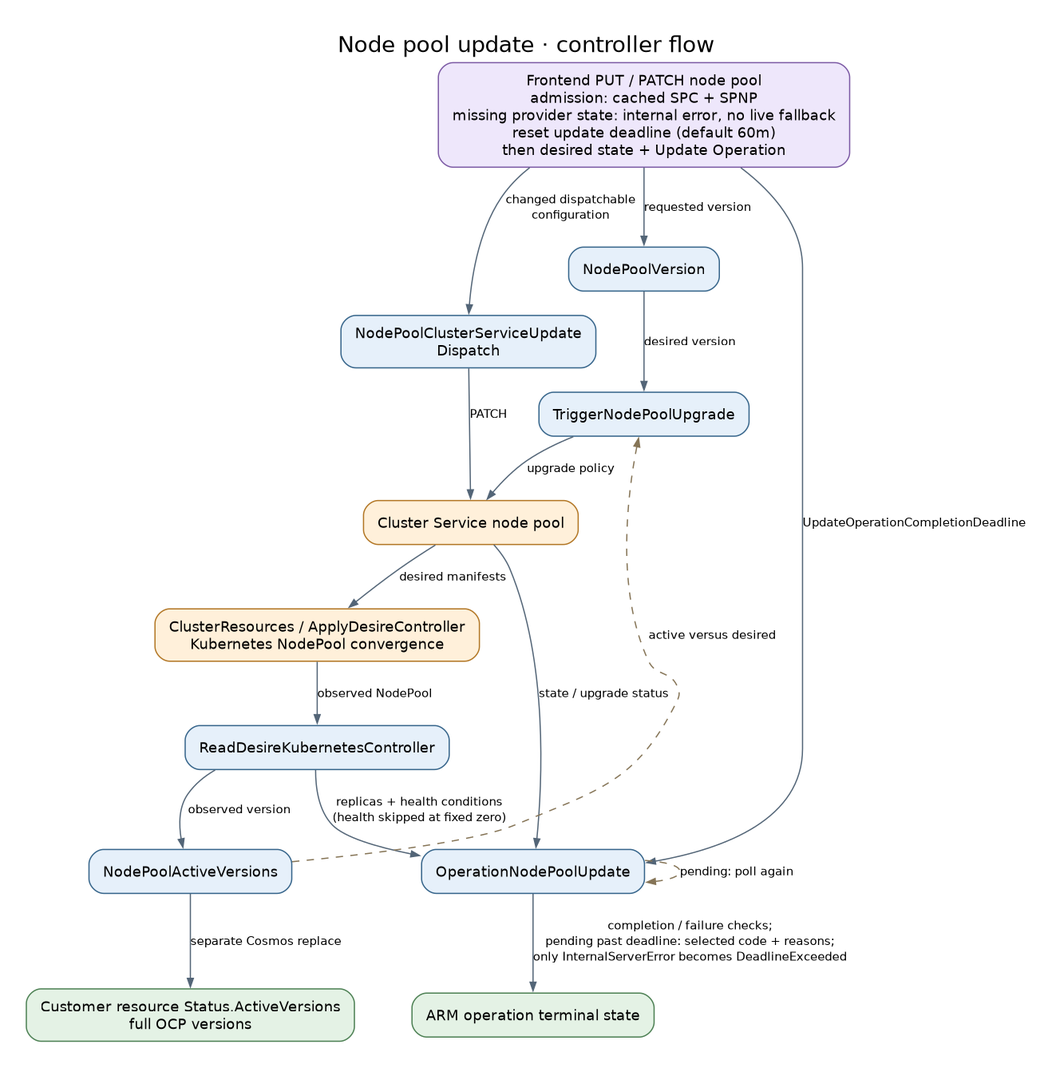
This is docs/diagrams/controller-flows/nodepool-update.png from Azure/ARO-HCP, a Graphviz export, as it was before one commit. Its source is kept beside it as docs/diagrams/controller-flows/nodepool-update.dot.
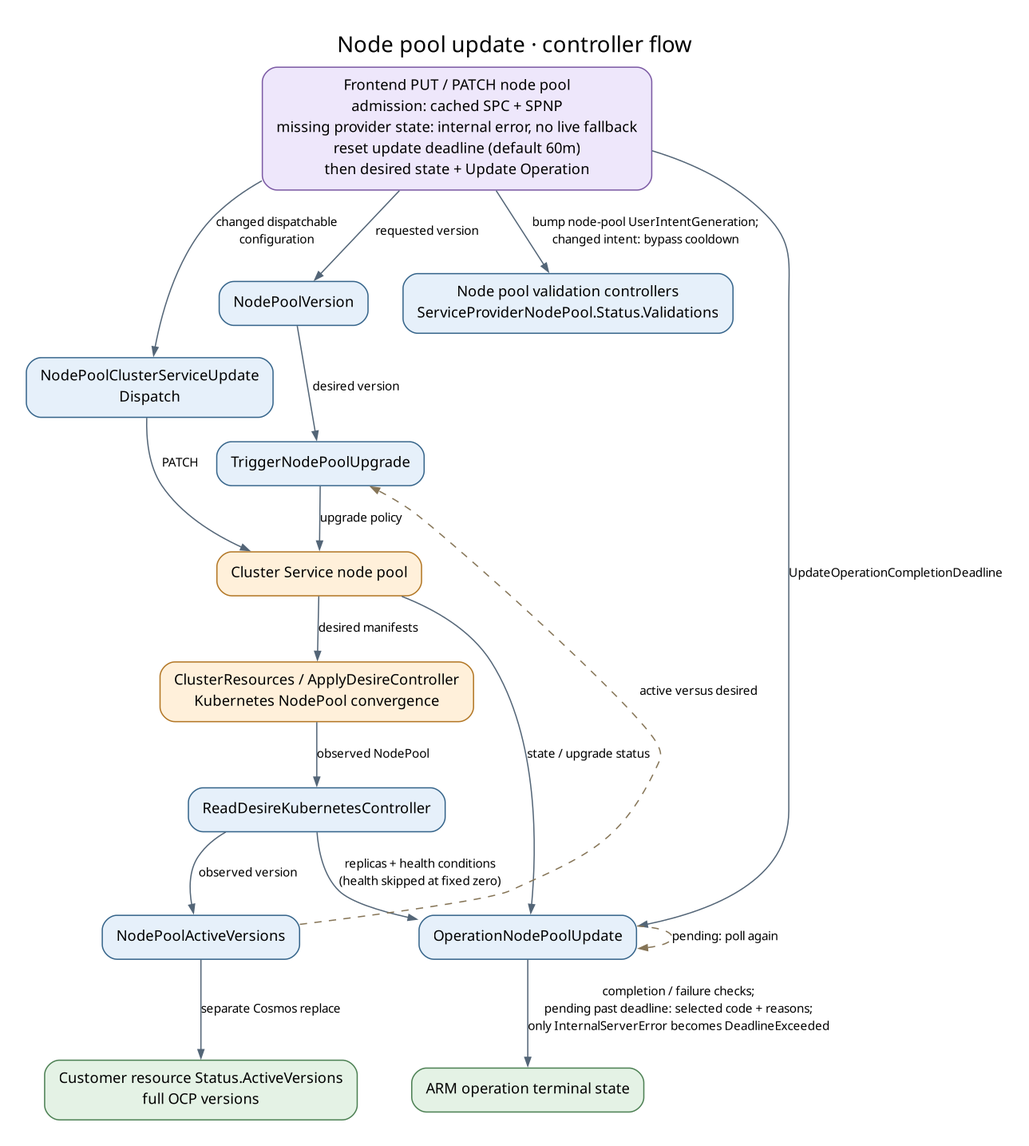
Above is the later version.

Change to the diagram source:
```diff
@@ -10,10 +10,12 @@
   kube [label="ClusterResources / ApplyDesireController\nKubernetes NodePool convergence", fillcolor="#fff0da", color="#b27624"];
   mirror [label="ReadDesireKubernetesController", fillcolor="#e6f0fa", color="#35648a"];
   active [label="NodePoolActiveVersions", fillcolor="#e6f0fa", color="#35648a"];
+  validation [label="Node pool validation controllers\nServiceProviderNodePool.Status.Validations", fillcolor="#e6f0fa", color="#35648a"];
   op [label="OperationNodePoolUpdate", fillcolor="#e6f0fa", color="#35648a"];
   done [label="ARM operation terminal state", fillcolor="#e4f2e5", color="#4c8053"];
   api -> dispatch [label="changed dispatchable\nconfiguration"];
   api -> version [label="requested version"];
+  api -> validation [label="bump node-pool UserIntentGeneration;\nchanged intent: bypass cooldown"];
   version -> upgrade [label="desired version"];
   dispatch -> cs [label="PATCH"];
   upgrade -> cs [label="upgrade policy"];
```
